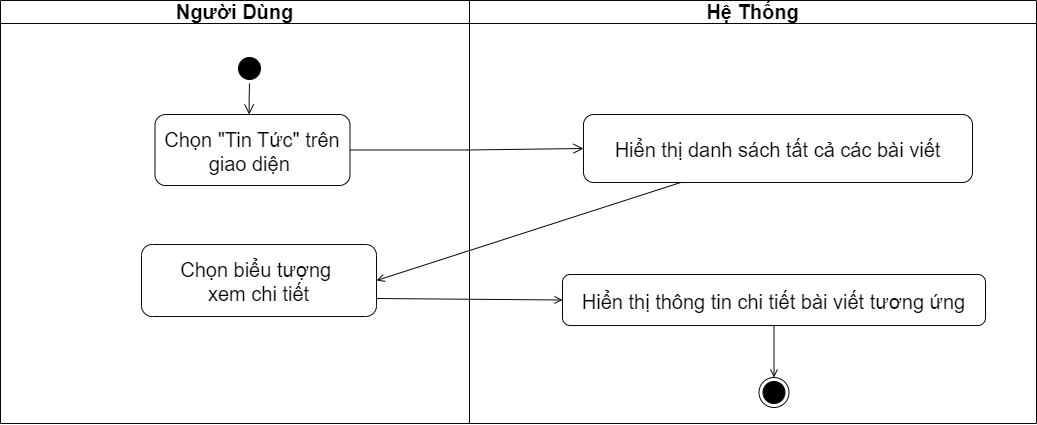
Before: SODO/HoatDong/XemBV.drawio.png, a diagram exported from draw.io (khuevotan/TaiCamRanh_DATN). Source tidied: cells renumbered, new cells last; positions are measured from the earlier drawing's top-left corner, leaving out a move shared by most shapes. Its diagram source:
```xml
<mxGraphModel>
  <root>
    <mxCell id="0" />
    <mxCell id="1" parent="0" />
    <mxCell id="2" value="Người Dùng" style="swimlane;whiteSpace=wrap;strokeColor=#080808;fontSize=20;" parent="1" vertex="1">
      <mxGeometry width="469" height="423" as="geometry" />
    </mxCell>
    <mxCell id="3" style="ellipse;shape=startState;fillColor=#000000;strokeColor=#080808;fontSize=20;" parent="2" vertex="1">
      <mxGeometry x="234" y="53" width="30" height="30" as="geometry" />
    </mxCell>
    <mxCell id="4" style="edgeStyle=elbowEdgeStyle;elbow=horizontal;verticalAlign=bottom;endArrow=open;endSize=8;strokeColor=#080808;endFill=1;rounded=0;fontSize=20;" parent="2" edge="1" source="3" target="5">
      <mxGeometry x="100" y="40" as="geometry" />
    </mxCell>
    <mxCell id="5" value="Chọn &quot;Tin Tức&quot; trên &#10;giao diện " style="strokeColor=#080808;rounded=1;fontSize=20;" parent="2" vertex="1">
      <mxGeometry x="154.5" y="114" width="195" height="71" as="geometry" />
    </mxCell>
    <mxCell id="6" value="Chọn biểu tượng &#10;xem chi tiết" style="strokeColor=#080808;rounded=1;fontSize=20;" parent="2" vertex="1">
      <mxGeometry x="141" y="244" width="235" height="72" as="geometry" />
    </mxCell>
    <mxCell id="7" value="Hệ Thống" style="swimlane;whiteSpace=wrap;strokeColor=#080808;fontSize=20;" parent="1" vertex="1">
      <mxGeometry x="469" width="567" height="423" as="geometry" />
    </mxCell>
    <mxCell id="8" style="ellipse;shape=endState;fillColor=#000000;strokeColor=#080808;fontSize=20;" parent="7" vertex="1">
      <mxGeometry x="289.5" y="377" width="30" height="30" as="geometry" />
    </mxCell>
    <mxCell id="9" value="Hiển thị thông tin chi tiết bài viết tương ứng" style="strokeColor=#080808;rounded=1;fontSize=20;" parent="7" vertex="1">
      <mxGeometry x="93" y="274" width="423" height="51" as="geometry" />
    </mxCell>
    <mxCell id="10" value="Hiển thị danh sách tất cả các bài viết" style="strokeColor=#080808;rounded=1;fontSize=20;" parent="7" vertex="1">
      <mxGeometry x="114" y="114" width="389" height="68" as="geometry" />
    </mxCell>
    <mxCell id="11" style="edgeStyle=none;strokeColor=#080808;endArrow=open;endFill=1;rounded=0;fontSize=20;exitX=0.5;exitY=1;exitDx=0;exitDy=0;entryX=0.5;entryY=0;entryDx=0;entryDy=0;" parent="7" edge="1" source="9" target="8">
      <mxGeometry relative="1" as="geometry" />
    </mxCell>
    <mxCell id="12" style="edgeStyle=elbowEdgeStyle;elbow=horizontal;verticalAlign=bottom;endArrow=open;endSize=8;strokeColor=#080808;endFill=1;rounded=0;fontSize=20;entryX=0;entryY=0.5;entryDx=0;entryDy=0;exitX=1;exitY=0.5;exitDx=0;exitDy=0;" parent="1" edge="1" source="5" target="10">
      <mxGeometry x="110" y="50" as="geometry" />
    </mxCell>
    <mxCell id="13" style="endArrow=open;strokeColor=#080808;endFill=1;rounded=0;fontSize=20;entryX=1;entryY=0.5;entryDx=0;entryDy=0;exitX=0.25;exitY=1;exitDx=0;exitDy=0;" parent="1" edge="1" source="10" target="6">
      <mxGeometry relative="1" as="geometry" />
    </mxCell>
    <mxCell id="14" style="endArrow=open;strokeColor=#080808;endFill=1;rounded=0;fontSize=20;entryX=0;entryY=0.5;entryDx=0;entryDy=0;exitX=1;exitY=0.75;exitDx=0;exitDy=0;" parent="1" edge="1" source="6" target="9">
      <mxGeometry relative="1" as="geometry" />
    </mxCell>
  </root>
</mxGraphModel>
```
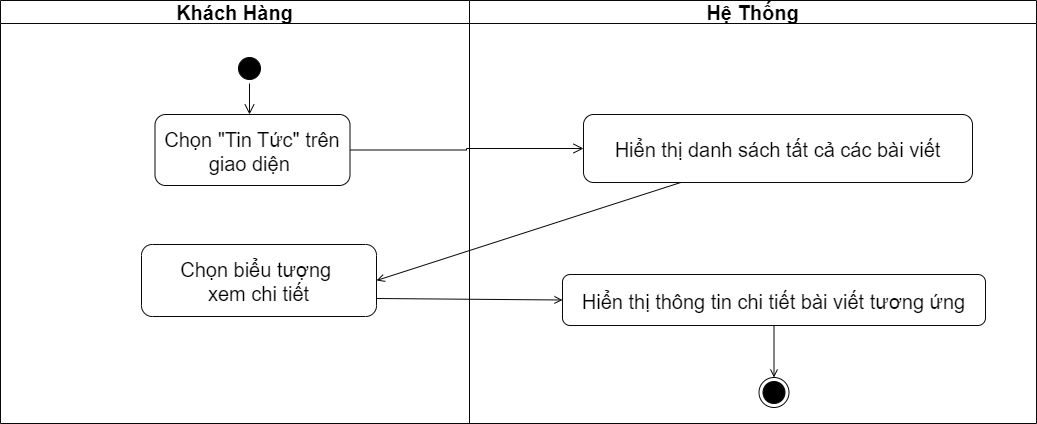
Later version of the same file.

What changed in the source:
```diff
@@ -2,7 +2,7 @@
   <root>
     <mxCell id="0" />
     <mxCell id="1" parent="0" />
-    <mxCell id="2" value="Người Dùng" style="swimlane;whiteSpace=wrap;strokeColor=#080808;fontSize=20;" parent="1" vertex="1">
+    <mxCell id="2" value="Khách Hàng" style="swimlane;whiteSpace=wrap;strokeColor=#080808;fontSize=20;" parent="1" vertex="1">
       <mxGeometry width="469" height="423" as="geometry" />
     </mxCell>
     <mxCell id="3" style="ellipse;shape=startState;fillColor=#000000;strokeColor=#080808;fontSize=20;" parent="2" vertex="1">
```
